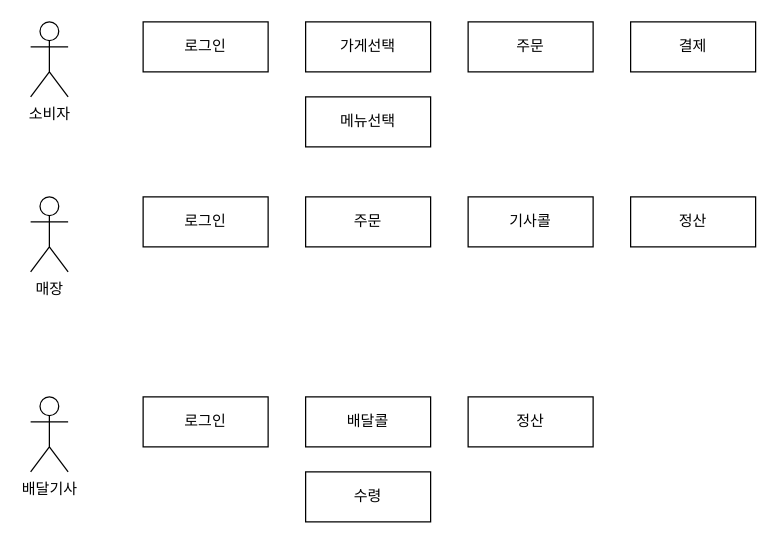
The draw.io diagram 서비스기획.drawio in kimsintae/D_Delivery, before the edit. Source tidied: cells renumbered, new cells numbered last; positions are measured from the earlier drawing's top-left corner, leaving out a move shared by most shapes. Both pictures are drawn from the tidied source at 125%, with x=0, y=0 at pixel (30, 21).
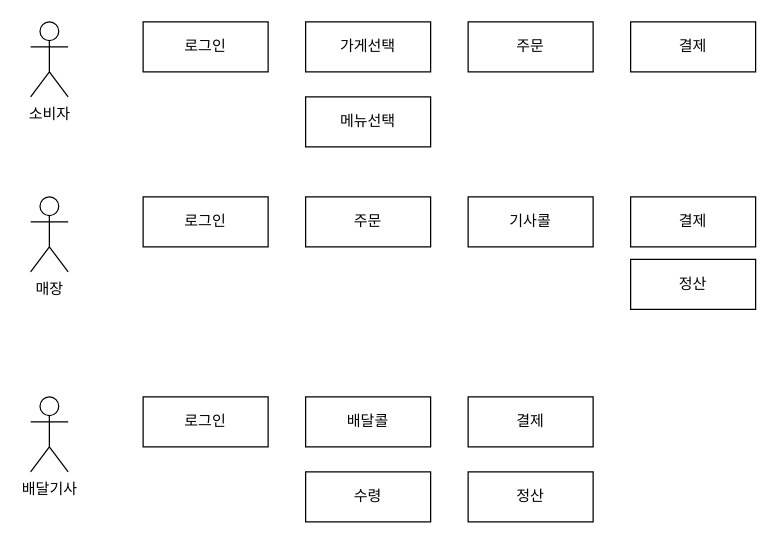
The same diagram, later.

Commit message:
서비스기획.drawio 업데이트

Diff of the diagram source:
```diff
@@
 <mxGraphModel>
   <root>
     <mxCell id="0" />
     <mxCell id="1" parent="0" />
     <mxCell id="2" value="소비자" style="shape=umlActor;verticalLabelPosition=bottom;verticalAlign=top;html=1;" parent="1" vertex="1">
       <mxGeometry width="30" height="60" as="geometry" />
     </mxCell>
     <mxCell id="3" value="매장" style="shape=umlActor;verticalLabelPosition=bottom;verticalAlign=top;html=1;" parent="1" vertex="1">
       <mxGeometry y="140" width="30" height="60" as="geometry" />
     </mxCell>
     <mxCell id="4" value="배달기사" style="shape=umlActor;verticalLabelPosition=bottom;verticalAlign=top;html=1;" parent="1" vertex="1">
       <mxGeometry y="300" width="30" height="60" as="geometry" />
     </mxCell>
     <mxCell id="5" value="주문" style="rounded=0;whiteSpace=wrap;html=1;" parent="1" vertex="1">
       <mxGeometry x="350" width="100" height="40" as="geometry" />
     </mxCell>
     <mxCell id="6" value="가게선택" style="rounded=0;whiteSpace=wrap;html=1;" parent="1" vertex="1">
       <mxGeometry x="220" width="100" height="40" as="geometry" />
     </mxCell>
     <mxCell id="7" value="메뉴선택" style="rounded=0;whiteSpace=wrap;html=1;" parent="1" vertex="1">
       <mxGeometry x="220" y="60" width="100" height="40" as="geometry" />
     </mxCell>
     <mxCell id="8" value="결제" style="rounded=0;whiteSpace=wrap;html=1;" parent="1" vertex="1">
       <mxGeometry x="480" width="100" height="40" as="geometry" />
     </mxCell>
     <mxCell id="9" value="로그인" style="rounded=0;whiteSpace=wrap;html=1;" parent="1" vertex="1">
       <mxGeometry x="90" width="100" height="40" as="geometry" />
     </mxCell>
     <mxCell id="10" value="주문" style="rounded=0;whiteSpace=wrap;html=1;" parent="1" vertex="1">
       <mxGeometry x="220" y="140" width="100" height="40" as="geometry" />
     </mxCell>
     <mxCell id="11" value="기사콜" style="rounded=0;whiteSpace=wrap;html=1;" parent="1" vertex="1">
       <mxGeometry x="350" y="140" width="100" height="40" as="geometry" />
     </mxCell>
-    <mxCell id="12" value="정산" style="rounded=0;whiteSpace=wrap;html=1;" parent="1" vertex="1">
+    <mxCell id="12" value="결제" style="rounded=0;whiteSpace=wrap;html=1;" parent="1" vertex="1">
       <mxGeometry x="480" y="140" width="100" height="40" as="geometry" />
     </mxCell>
     <mxCell id="13" value="배달콜" style="rounded=0;whiteSpace=wrap;html=1;" parent="1" vertex="1">
       <mxGeometry x="220" y="300" width="100" height="40" as="geometry" />
     </mxCell>
     <mxCell id="14" value="수령" style="rounded=0;whiteSpace=wrap;html=1;" parent="1" vertex="1">
       <mxGeometry x="220" y="360" width="100" height="40" as="geometry" />
     </mxCell>
     <mxCell id="15" value="로그인" style="rounded=0;whiteSpace=wrap;html=1;" parent="1" vertex="1">
       <mxGeometry x="90" y="300" width="100" height="40" as="geometry" />
     </mxCell>
-    <mxCell id="16" value="정산" style="rounded=0;whiteSpace=wrap;html=1;" parent="1" vertex="1">
+    <mxCell id="16" value="결제" style="rounded=0;whiteSpace=wrap;html=1;" parent="1" vertex="1">
       <mxGeometry x="350" y="300" width="100" height="40" as="geometry" />
     </mxCell>
     <mxCell id="17" value="로그인" style="rounded=0;whiteSpace=wrap;html=1;" parent="1" vertex="1">
       <mxGeometry x="90" y="140" width="100" height="40" as="geometry" />
     </mxCell>
+    <mxCell id="18" value="정산" style="rounded=0;whiteSpace=wrap;html=1;" parent="1" vertex="1">
+      <mxGeometry x="480" y="190" width="100" height="40" as="geometry" />
+    </mxCell>
+    <mxCell id="19" value="정산" style="rounded=0;whiteSpace=wrap;html=1;" parent="1" vertex="1">
+      <mxGeometry x="350" y="360" width="100" height="40" as="geometry" />
+    </mxCell>
   </root>
 </mxGraphModel>
```
